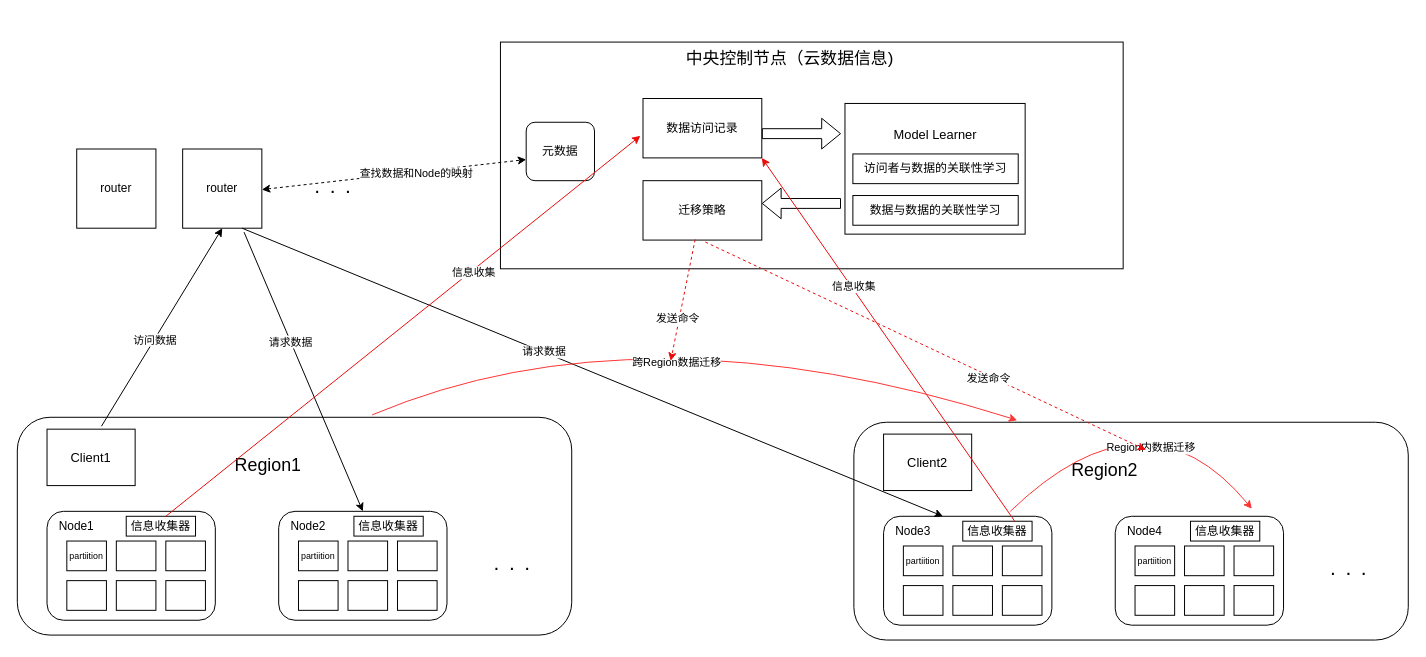
Mo-yang22/TCP-IP keeps this draw.io diagram as 未命名绘图.drawio. Above is the earlier version. Source tidied: cells renumbered, new cells numbered last; positions are measured from the earlier drawing's top-left corner, leaving out a move shared by most shapes. Both pictures are drawn from the tidied source at 99%, with x=0, y=0 at pixel (17, 17).
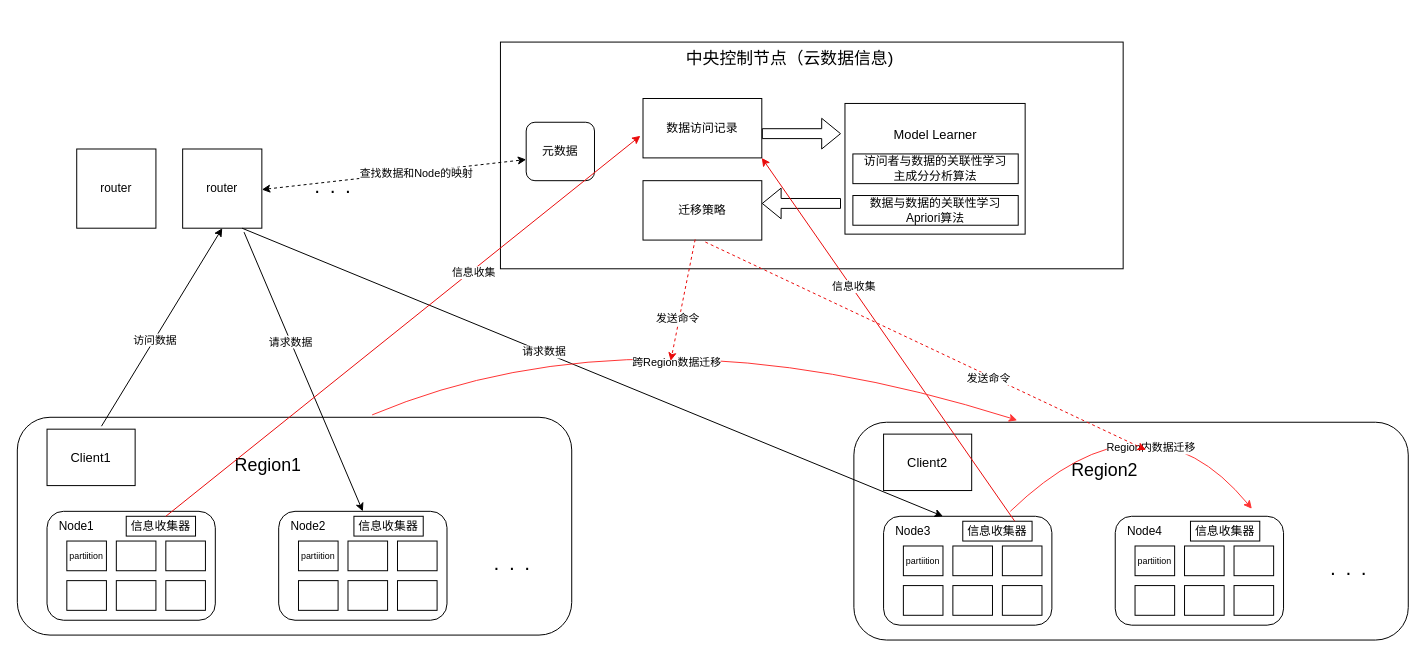
After the change.

Commit message (it also covers changes not shown here):
更新未命名绘图.drawio

Diff of the diagram source:
```diff
@@
-    <mxCell id="68" value="访问者与数据的关联性学习" style="rounded=0;whiteSpace=wrap;html=1;" parent="1" vertex="1">
+    <mxCell id="68" value="访问者与数据的关联性学习&lt;div&gt;主成分分析算法&lt;/div&gt;" style="rounded=0;whiteSpace=wrap;html=1;" parent="1" vertex="1">
       <mxGeometry x="844" y="138" width="167" height="30" as="geometry" />
     </mxCell>
-    <mxCell id="69" value="数据与数据的关联性学习" style="rounded=0;whiteSpace=wrap;html=1;" parent="1" vertex="1">
+    <mxCell id="69" value="数据与数据的关联性学习&lt;div&gt;Apriori算法&lt;/div&gt;" style="rounded=0;whiteSpace=wrap;html=1;" parent="1" vertex="1">
       <mxGeometry x="844" y="180" width="167" height="30" as="geometry" />
     </mxCell>
```
